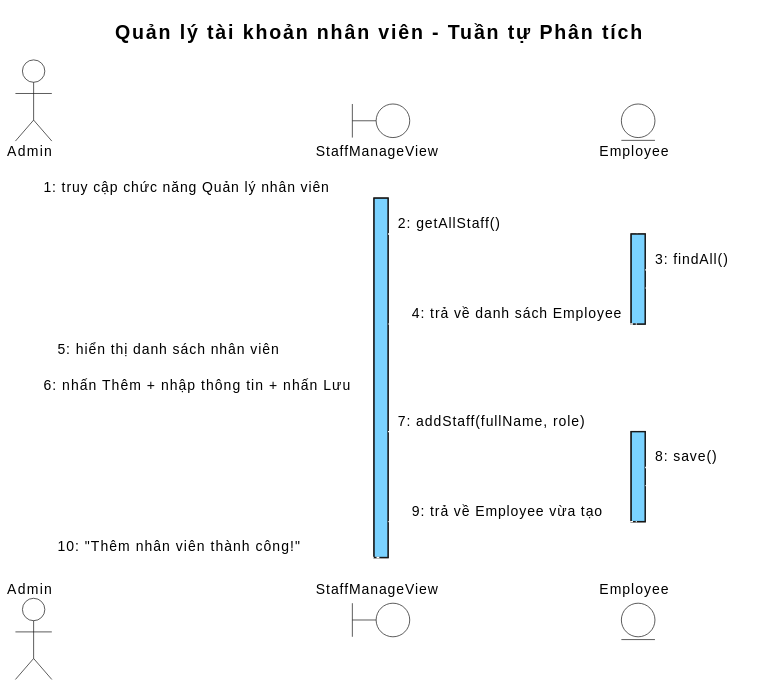
Above: output/diagrams/account_seq_staff_analysis.svg in thanhtrnnn/cnpm (PlantUML), before the change.
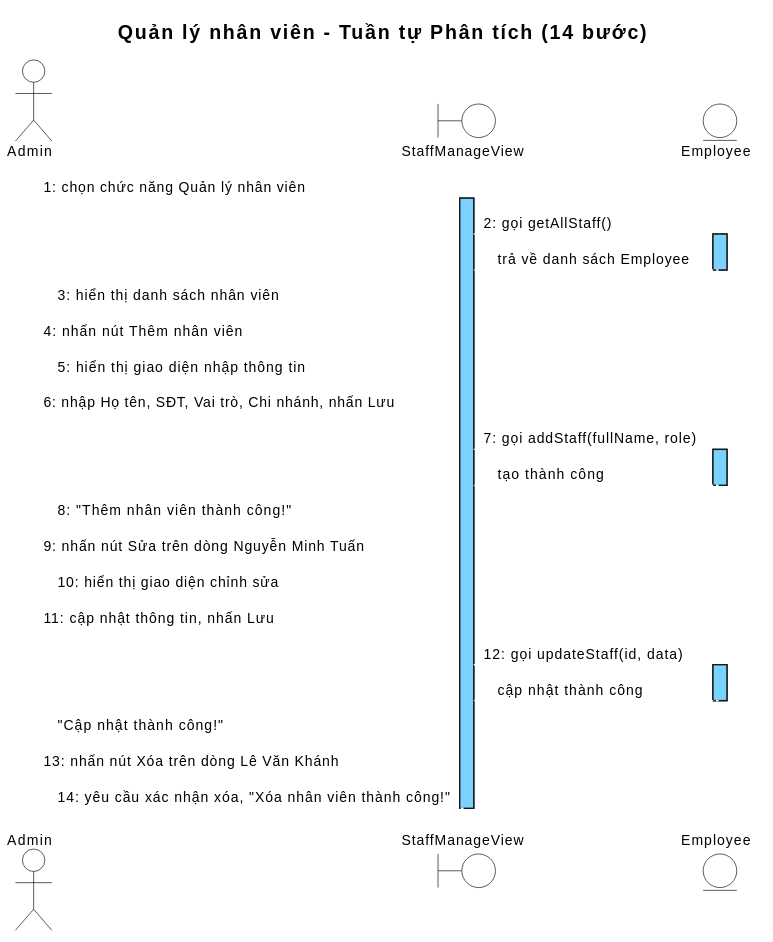
Above is the later version.

Change to the diagram source:
```diff
@@ -20,27 +20,36 @@
   arrow { LineColor #000000 LineThickness 1 FontSize 10 }
 }
 </style>
-title Quản lý tài khoản nhân viên - Tuần tự Phân tích
+title Quản lý nhân viên - Tuần tự Phân tích (14 bước)
 
-actor "Admin" as Admin
+actor "Admin" as Actor
 boundary StaffManageView as B1
 entity Employee as E1
 
-Admin -> B1 : 1: truy cập chức năng Quản lý nhân viên
+Actor -> B1 : 1: chọn chức năng Quản lý nhân viên
 activate B1
-B1 -> E1 : 2: getAllStaff()
+B1 -> E1 : 2: gọi getAllStaff()
 activate E1
-E1 -> E1 : 3: findAll()
-E1 --> B1 : 4: trả về danh sách Employee
+E1 --> B1 : trả về danh sách Employee
 deactivate E1
-B1 --> Admin : 5: hiển thị danh sách nhân viên
-
-Admin -> B1 : 6: nhấn Thêm + nhập thông tin + nhấn Lưu
-B1 -> E1 : 7: addStaff(fullName, role)
+B1 --> Actor : 3: hiển thị danh sách nhân viên
+Actor -> B1 : 4: nhấn nút Thêm nhân viên
+B1 --> Actor : 5: hiển thị giao diện nhập thông tin
+Actor -> B1 : 6: nhập Họ tên, SĐT, Vai trò, Chi nhánh, nhấn Lưu
+B1 -> E1 : 7: gọi addStaff(fullName, role)
 activate E1
-E1 -> E1 : 8: save()
-E1 --> B1 : 9: trả về Employee vừa tạo
+E1 --> B1 : tạo thành công
 deactivate E1
-B1 --> Admin : 10: "Thêm nhân viên thành công!"
+B1 --> Actor : 8: "Thêm nhân viên thành công!"
+Actor -> B1 : 9: nhấn nút Sửa trên dòng Nguyễn Minh Tuấn
+B1 --> Actor : 10: hiển thị giao diện chỉnh sửa
+Actor -> B1 : 11: cập nhật thông tin, nhấn Lưu
+B1 -> E1 : 12: gọi updateStaff(id, data)
+activate E1
+E1 --> B1 : cập nhật thành công
+deactivate E1
+B1 --> Actor : "Cập nhật thành công!"
+Actor -> B1 : 13: nhấn nút Xóa trên dòng Lê Văn Khánh
+B1 --> Actor : 14: yêu cầu xác nhận xóa, "Xóa nhân viên thành công!"
 deactivate B1
 @enduml
```
